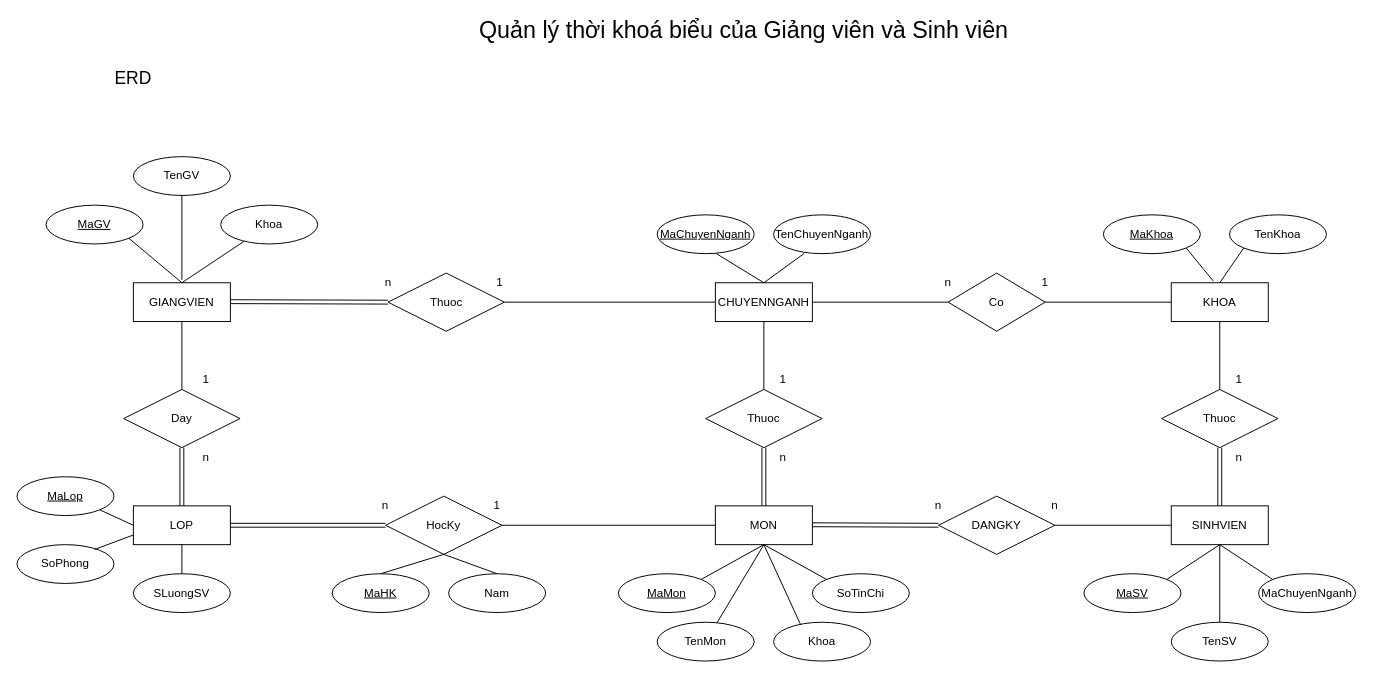
The draw.io diagram Untitled Diagram.drawio in QuangHuy2201/CSDL, before the edit. Source tidied: cells renumbered, new cells numbered last; positions are measured from the earlier drawing's top-left corner, leaving out a move shared by most shapes. Both pictures are drawn from the tidied source at 97%, with x=0, y=0 at pixel (16, 20).
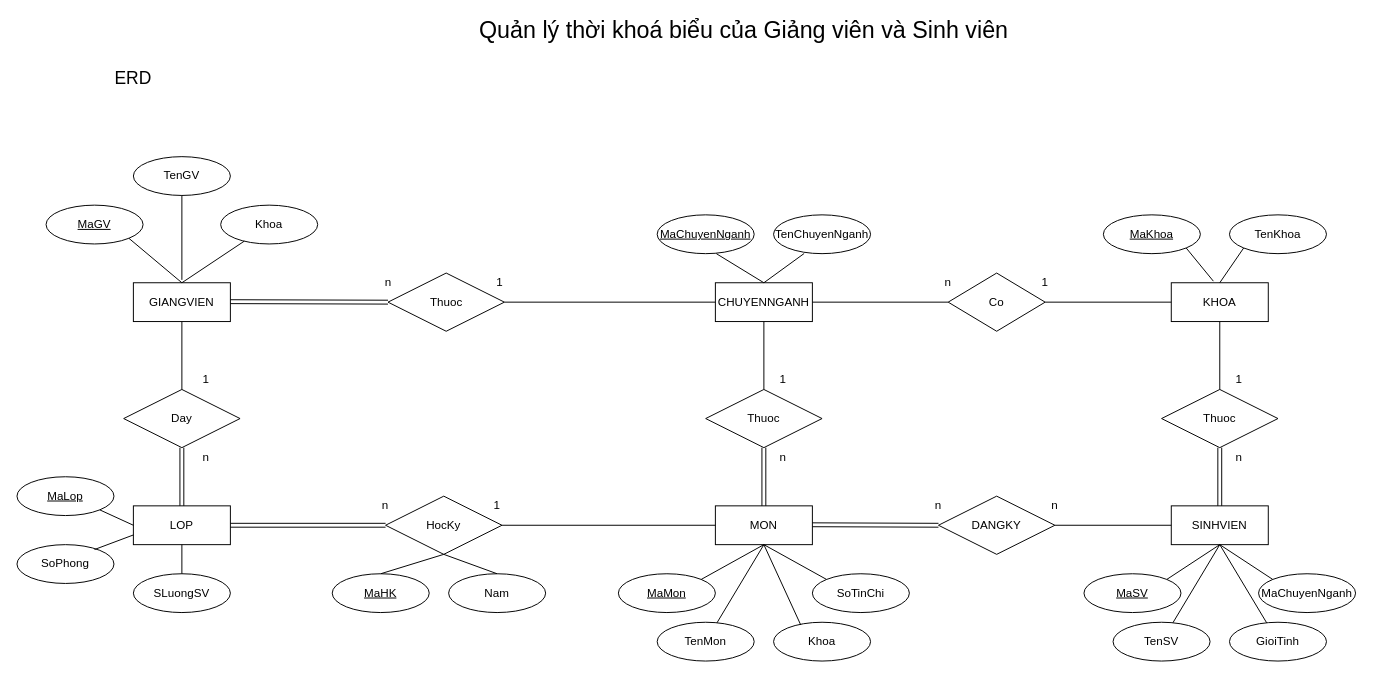
The same page after the edit.

Diff of the diagram source:
```diff
@@
     <mxCell id="22" value="TenSV" style="ellipse;whiteSpace=wrap;html=1;align=center;" parent="1" vertex="1">
-      <mxGeometry x="1190" y="620" width="100" height="40" as="geometry" />
+      <mxGeometry x="1130" y="620" width="100" height="40" as="geometry" />
     </mxCell>
@@
+    <mxCell id="84" value="GioiTinh" style="ellipse;whiteSpace=wrap;html=1;align=center;" parent="1" vertex="1">
+      <mxGeometry x="1250" y="620" width="100" height="40" as="geometry" />
+    </mxCell>
+    <mxCell id="85" style="endArrow=none;html=1;" parent="1" edge="1" source="84">
+      <mxGeometry relative="1" as="geometry">
+        <mxPoint x="1240" y="540" as="targetPoint" />
+      </mxGeometry>
+    </mxCell>
```
